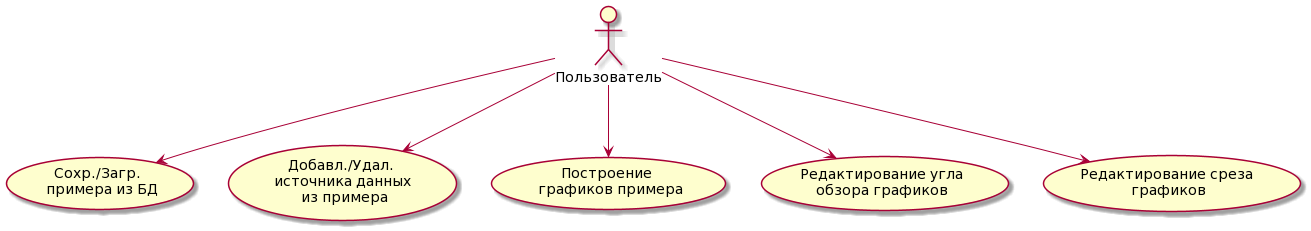
This is fig/userCaseDiagram.png from wandel812/crs2semMag, a PlantUML export, as it was before one commit.
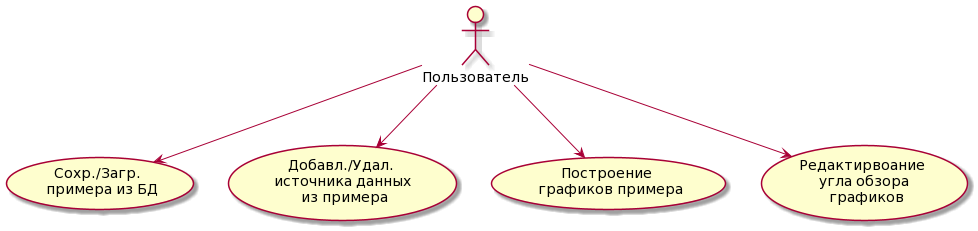
Above is the later version.

Change to the diagram source:
```diff
@@ -3,6 +3,5 @@
 user-->(Сохр./Загр. \n примера из БД)
 user-->(Добавл./Удал. \n источника данных \n из примера)
 user-->(Построение \n графиков примера)
-user-->(Редактирование угла\nобзора графиков)
-user-->(Редактирование среза \nграфиков)
+user-->(Редактирвоание \n угла обзора \n графиков)
 @enduml
```
